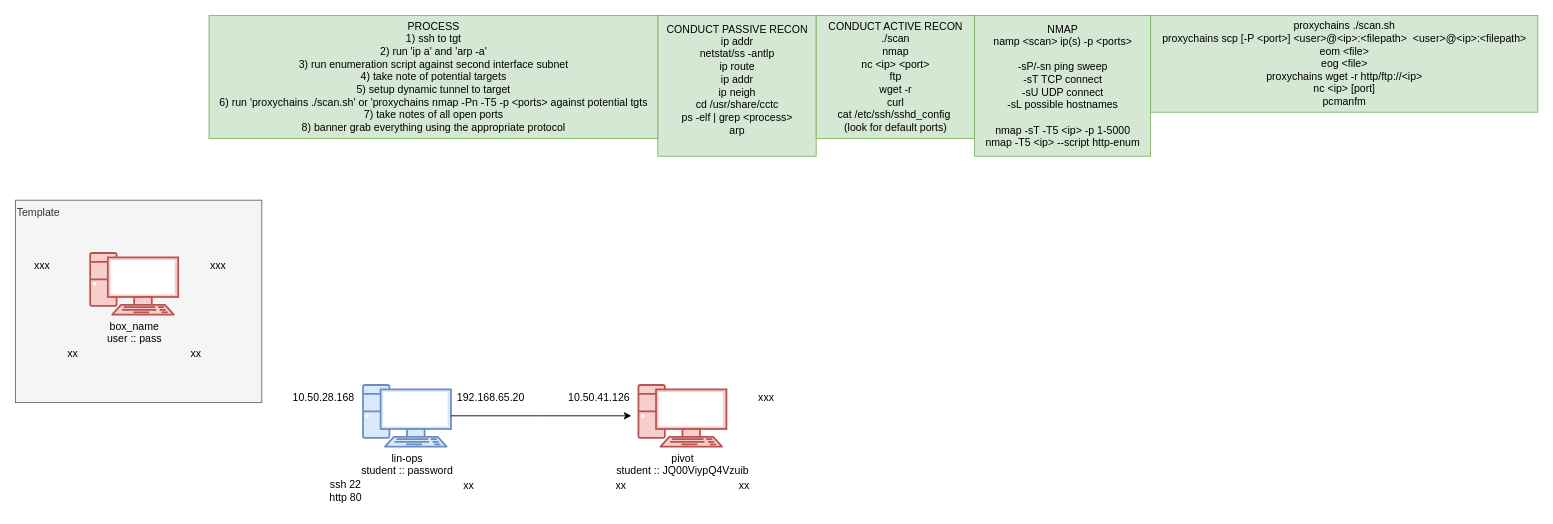
The draw.io diagram CCTC/SEC/_template_.drawio in wifi96h/new, before the edit. Source tidied: cells renumbered, new cells numbered last; positions are measured from the earlier drawing's top-left corner, leaving out a move shared by most shapes. Both pictures are drawn from the tidied source at 88%, with x=0, y=0 at pixel (15, 15).
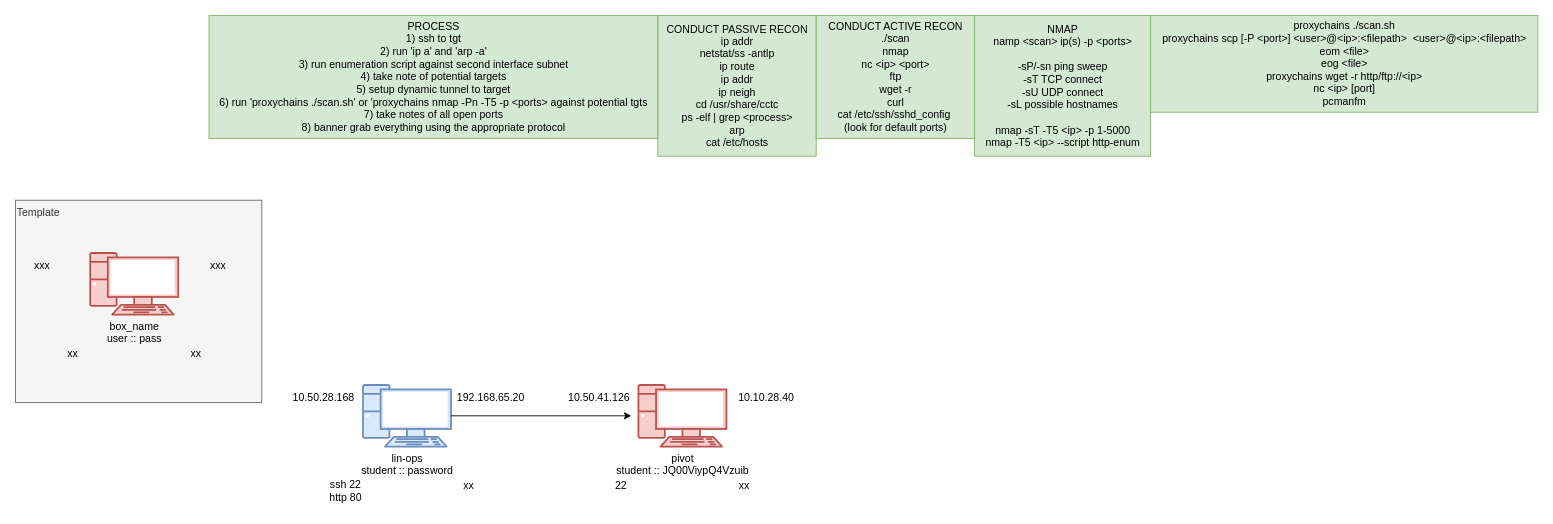
The same page after the edit.

Unchanged cells that the change refers to:
```xml
<mxCell id="11" style="group;" parent="10" vertex="1">
  <mxGeometry y="20" width="225" height="130" as="geometry" />
</mxCell>
```

The edit, as a diff of the source:
```diff
@@
-    <mxCell id="13" value="xx" style="text;html=1;align=center;verticalAlign=middle;strokeColor=none;fillColor=none;" parent="11" vertex="1">
+    <mxCell id="13" value="22" style="text;html=1;align=center;verticalAlign=middle;strokeColor=none;fillColor=none;" parent="11" vertex="1">
       <mxGeometry x="-5" y="100" width="40" height="30" as="geometry" />
     </mxCell>
-    <mxCell id="14" value="xxx" style="text;html=1;align=center;verticalAlign=middle;strokeColor=none;fillColor=none;" parent="11" vertex="1">
-      <mxGeometry x="160" width="40" height="30" as="geometry" />
+    <mxCell id="14" value="10.10.28.40" style="text;html=1;align=center;verticalAlign=middle;strokeColor=none;fillColor=none;" parent="11" vertex="1">
+      <mxGeometry x="135" width="90" height="30" as="geometry" />
     </mxCell>
@@
-    <mxCell id="18" value="CONDUCT PASSIVE RECON&lt;div&gt;ip addr&lt;/div&gt;&lt;div&gt;netstat/ss -antlp&lt;/div&gt;&lt;div&gt;ip route&lt;/div&gt;&lt;div&gt;ip addr&lt;/div&gt;&lt;div&gt;ip neigh&lt;/div&gt;&lt;div&gt;cd /usr/share/cctc&lt;/div&gt;&lt;div&gt;ps -elf | grep &amp;lt;process&amp;gt;&lt;/div&gt;&lt;div&gt;arp&lt;/div&gt;&lt;div&gt;&lt;br&gt;&lt;/div&gt;" style="text;html=1;align=center;verticalAlign=middle;strokeColor=#82b366;fillColor=#d5e8d4;" parent="1" vertex="1">
+    <mxCell id="18" value="CONDUCT PASSIVE RECON&lt;div&gt;ip addr&lt;/div&gt;&lt;div&gt;netstat/ss -antlp&lt;/div&gt;&lt;div&gt;ip route&lt;/div&gt;&lt;div&gt;ip addr&lt;/div&gt;&lt;div&gt;ip neigh&lt;/div&gt;&lt;div&gt;cd /usr/share/cctc&lt;/div&gt;&lt;div&gt;ps -elf | grep &amp;lt;process&amp;gt;&lt;/div&gt;&lt;div&gt;arp&lt;/div&gt;&lt;div&gt;cat /etc/hosts&lt;/div&gt;" style="text;html=1;align=center;verticalAlign=middle;strokeColor=#82b366;fillColor=#d5e8d4;" parent="1" vertex="1">
       <mxGeometry x="730" width="180" height="160" as="geometry" />
     </mxCell>
```
